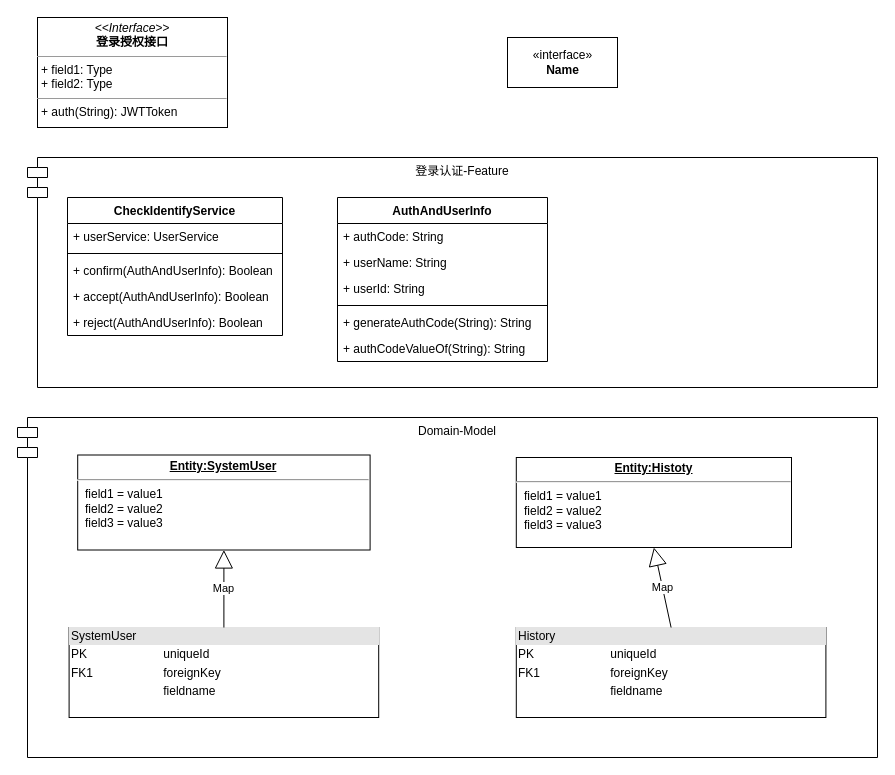
Before: page "Page-2" (2 of 2) of package.drawio in gg2herry/drawio, a draw.io diagram. Source tidied: cells renumbered, new cells numbered last; positions are measured from the earlier drawing's top-left corner, leaving out a move shared by most shapes. Both pictures are drawn from the tidied source at 100%, with x=0, y=0 at pixel (17, 17).
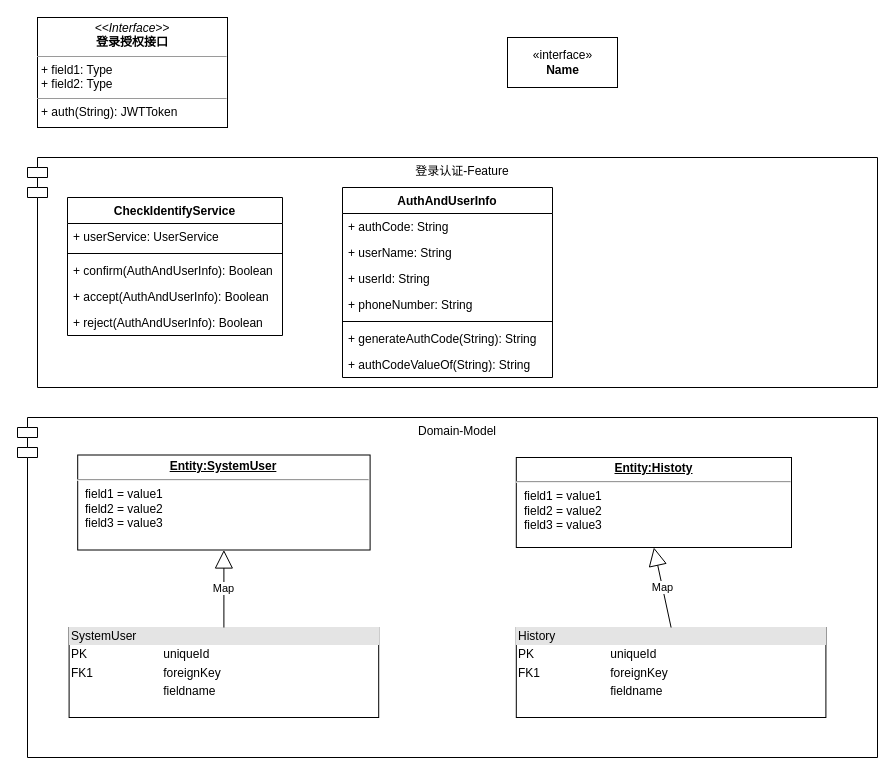
Above is the later version.

The edit, as a diff of the source:
```diff
@@
     <mxCell id="19" value="AuthAndUserInfo" style="swimlane;fontStyle=1;align=center;verticalAlign=top;horizontal=1;startSize=26;" parent="1" vertex="1">
-      <mxGeometry x="320" y="180" width="210" height="164" as="geometry" />
+      <mxGeometry x="325" y="170" width="210" height="190" as="geometry" />
     </mxCell>
@@
+    <mxCell id="26" value="+ phoneNumber: String" style="text;strokeColor=none;fillColor=none;align=left;verticalAlign=top;spacingLeft=4;spacingRight=4;overflow=hidden;" parent="19" vertex="1">
+      <mxGeometry y="104" width="210" height="26" as="geometry" />
+    </mxCell>
     <mxCell id="23" style="line;strokeWidth=1;fillColor=none;align=left;verticalAlign=middle;spacingTop=-1;spacingLeft=3;spacingRight=3;labelPosition=right;" parent="19" vertex="1">
-      <mxGeometry y="104" width="210" height="8" as="geometry" />
+      <mxGeometry y="130" width="210" height="8" as="geometry" />
     </mxCell>
     <mxCell id="24" value="+ generateAuthCode(String): String" style="text;strokeColor=none;fillColor=none;align=left;verticalAlign=top;spacingLeft=4;spacingRight=4;overflow=hidden;" parent="19" vertex="1">
-      <mxGeometry y="112" width="210" height="26" as="geometry" />
+      <mxGeometry y="138" width="210" height="26" as="geometry" />
     </mxCell>
     <mxCell id="25" value="+ authCodeValueOf(String): String" style="text;strokeColor=none;fillColor=none;align=left;verticalAlign=top;spacingLeft=4;spacingRight=4;overflow=hidden;" parent="19" vertex="1">
-      <mxGeometry y="138" width="210" height="26" as="geometry" />
+      <mxGeometry y="164" width="210" height="26" as="geometry" />
     </mxCell>
```
